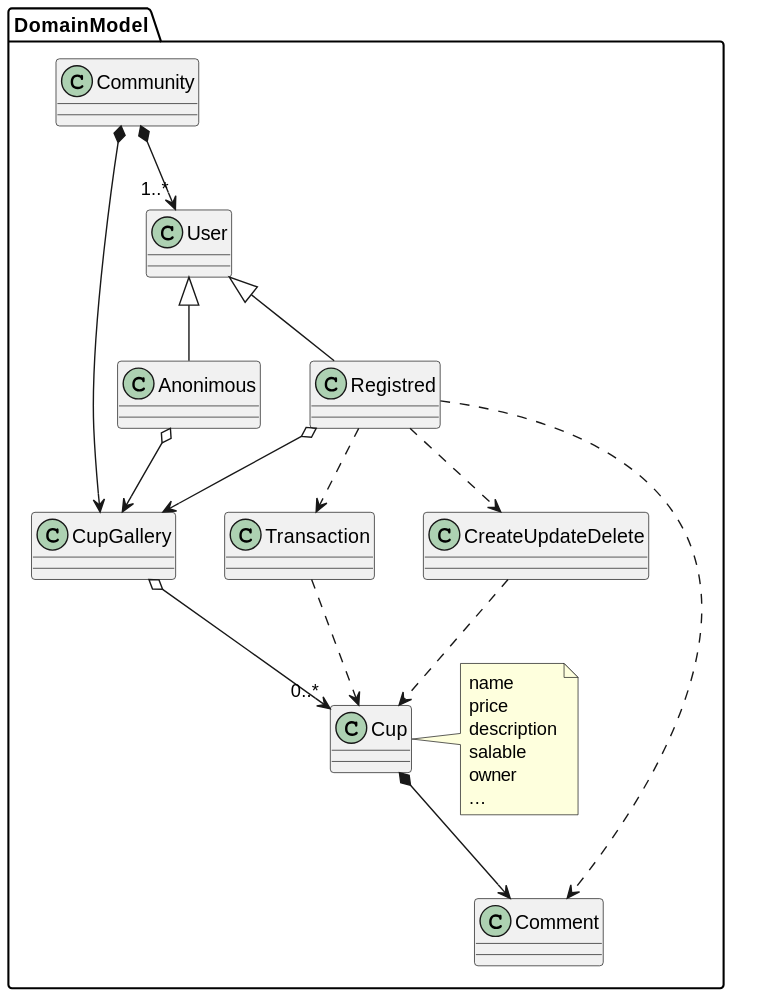
The PlantUML diagram out/documentation/uml/domainModel/domainModel.svg in jumpering/fanaticupsFront, before a commit.
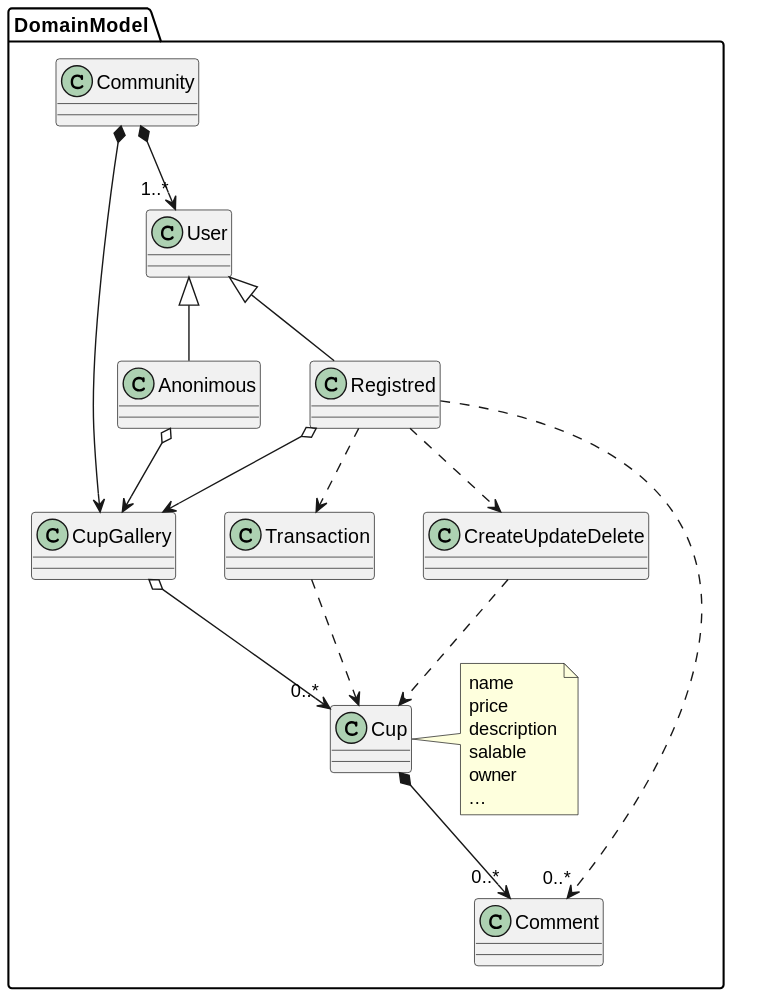
The same diagram one commit later.

The edit, as a diff of the source:
```diff
@@ -13,13 +13,13 @@
 Community *-->"1..*" User
 Community *--> CupGallery
 CupGallery o-->"0..*" Cup
-Cup *--> Comment
+Cup *-->"0..*" Comment
 Anonimous o--> CupGallery
 Registred o--> CupGallery
 User  <|-- Registred
 User  <|-- Anonimous
 Registred ..> Transaction
-Registred ..> Comment
+Registred ..>"0..*" Comment
 Registred ..> CreateUpdateDelete
 CreateUpdateDelete ..> Cup
 Transaction ..>Cup
```
